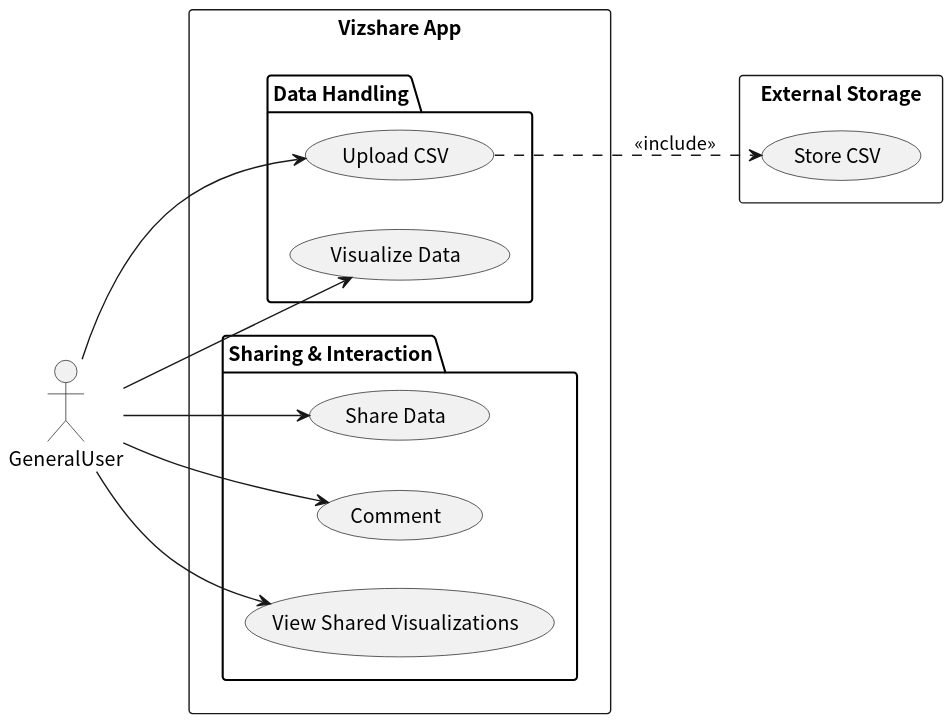
This is docs/usecase/usecase/vizshare_use.svg from tomoki-shiozaki/vizshare, a PlantUML export, as it was before one commit. The source it was exported from:
```plantuml
@startuml
skinparam defaultFontName "Noto Sans CJK JP"
left to right direction

actor GeneralUser as generalUser

rectangle "Vizshare App" {
  package "Data Handling" {
    (Upload CSV)
    (Visualize Data)
  }

  package "Sharing & Interaction" {
    (Share Data)
    (Comment)
    (View Shared Visualizations)
  }
}

rectangle "External Storage" {
  (Store CSV)
}

generalUser --> (Upload CSV)
(Upload CSV) ..> (Store CSV) : <<include>>
generalUser --> (Visualize Data)
generalUser --> (Share Data)
generalUser --> (Comment)
generalUser --> (View Shared Visualizations)
@enduml
```
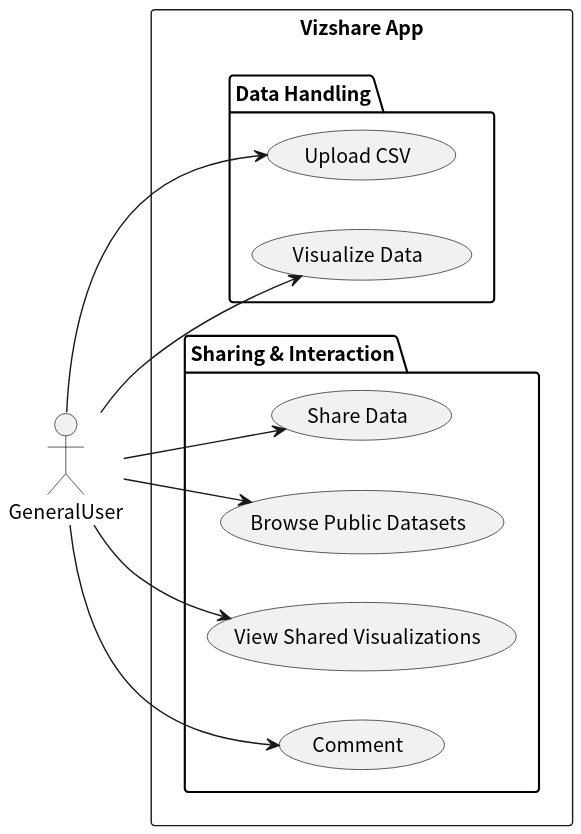
After the change.

Commit message:
docs(usecase): update usecase diagram

The edit, as a diff of the source:
```diff
@@ -12,19 +12,16 @@
 
   package "Sharing & Interaction" {
     (Share Data)
+    (Browse Public Datasets)
+    (View Shared Visualizations)
     (Comment)
-    (View Shared Visualizations)
   }
 }
 
-rectangle "External Storage" {
-  (Store CSV)
-}
-
 generalUser --> (Upload CSV)
-(Upload CSV) ..> (Store CSV) : <<include>>
 generalUser --> (Visualize Data)
 generalUser --> (Share Data)
+generalUser --> (Browse Public Datasets)
+generalUser --> (View Shared Visualizations)
 generalUser --> (Comment)
-generalUser --> (View Shared Visualizations)
 @enduml
```
